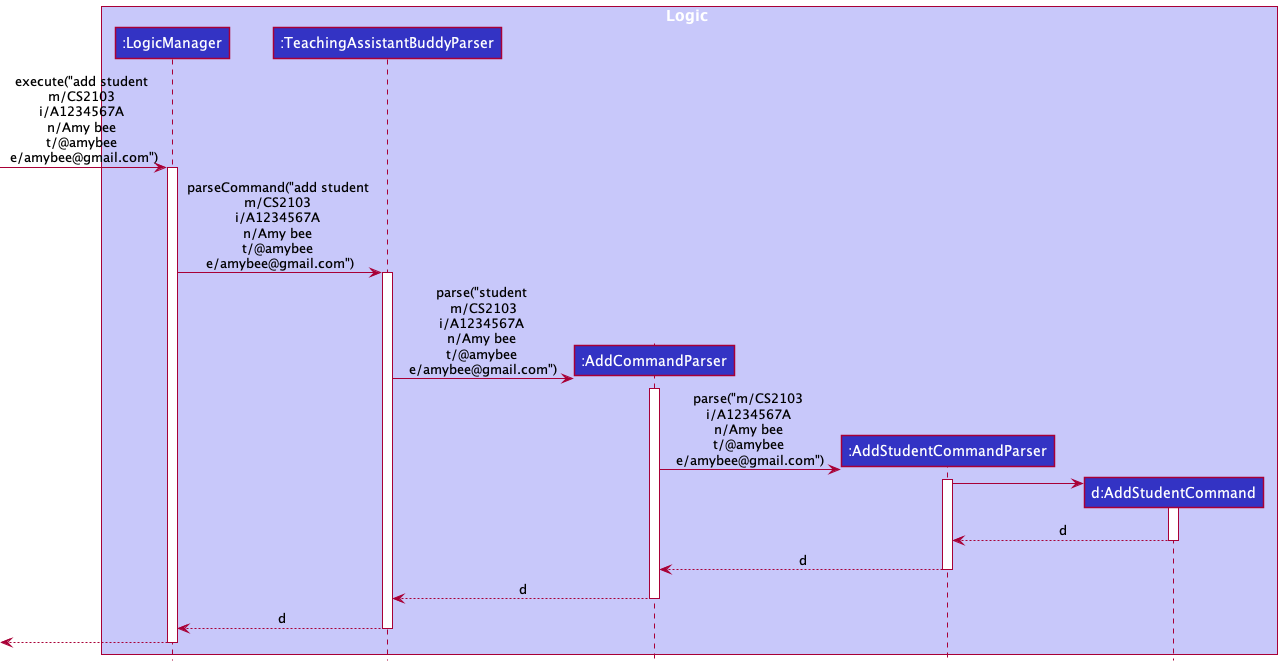
The PlantUML diagram docs/images/AddStudentSequenceDiagram1.png in nus-cs2103-AY2122S1/tp, before a commit.
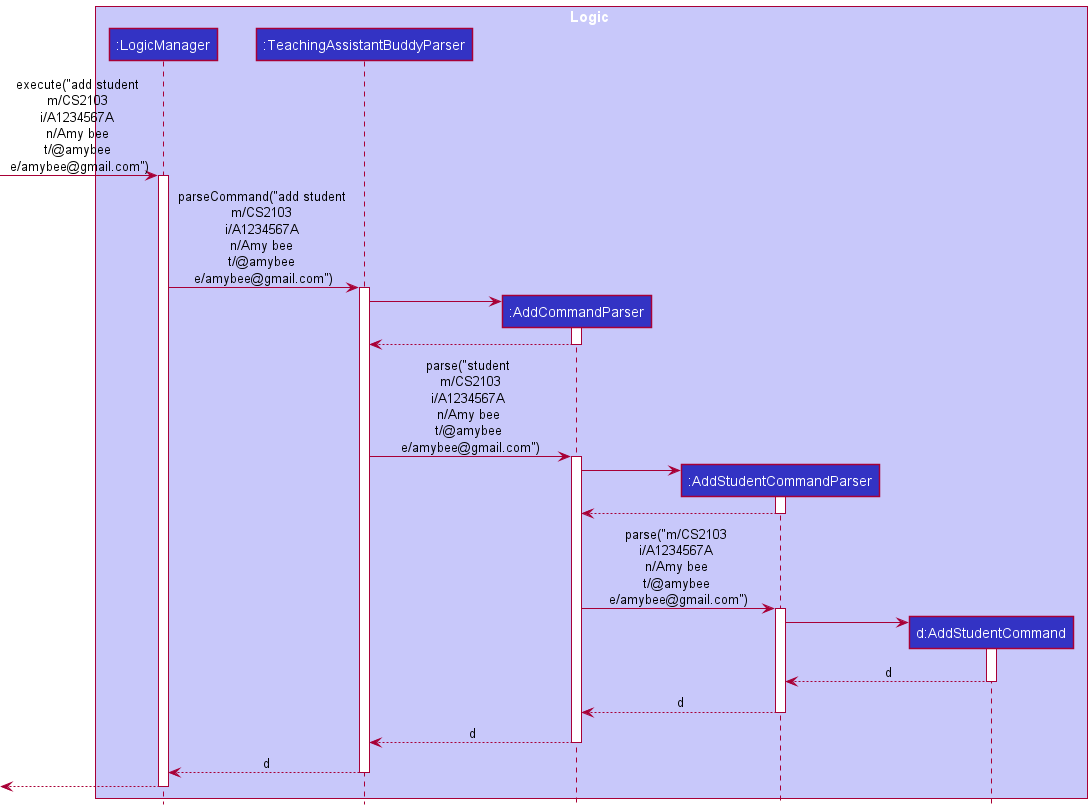
The same file after the commit.

Diff of the diagram source:
```diff
@@ -1,5 +1,5 @@
 @startuml
-!include style.puml
+!include ../style.puml
 
 box Logic LOGIC_COLOR_T1
 participant ":LogicManager" as LogicManager LOGIC_COLOR
@@ -16,10 +16,22 @@
 activate TeachingAssistantBuddyParser
 
 create AddCommandParser
+TeachingAssistantBuddyParser -> AddCommandParser
+activate AddCommandParser
+
+AddCommandParser --> TeachingAssistantBuddyParser
+deactivate AddCommandParser
+
 TeachingAssistantBuddyParser -> AddCommandParser : parse("student \nm/CS2103\ni/A1234567A \nn/Amy bee \nt/@amybee \ne/amybee@gmail.com")
 activate AddCommandParser
 
 create AddStudentCommandParser
+AddCommandParser -> AddStudentCommandParser
+activate AddStudentCommandParser
+AddStudentCommandParser --> AddCommandParser
+deactivate AddStudentCommandParser
+
+
 AddCommandParser -> AddStudentCommandParser : parse("m/CS2103 \ni/A1234567A \nn/Amy bee \nt/@amybee \ne/amybee@gmail.com")
 activate AddStudentCommandParser
 
```
